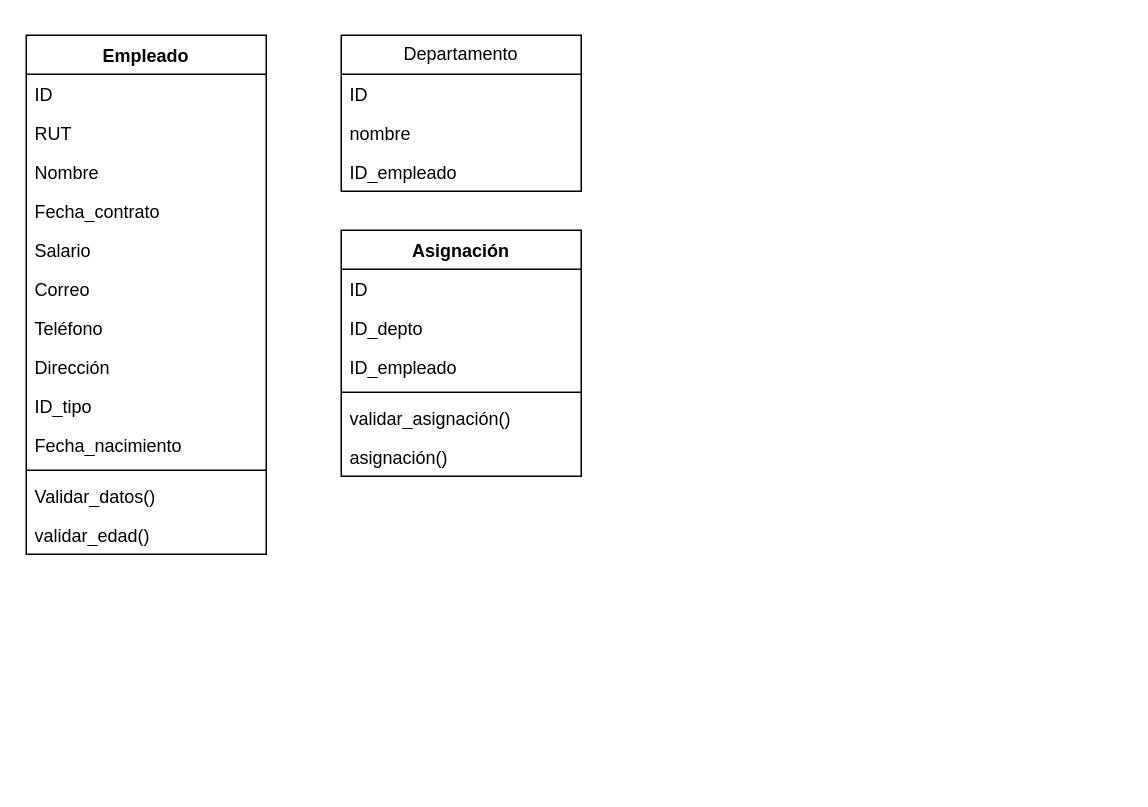
This is ev1adad.drawio from Wiccaos/Ev2, a draw.io file, before an edit. Source tidied: cells renumbered, new cells numbered last; positions are measured from the earlier drawing's top-left corner, leaving out a move shared by most shapes. Both pictures are drawn from the tidied source at 150%, with x=0, y=0 at pixel (26, 34).
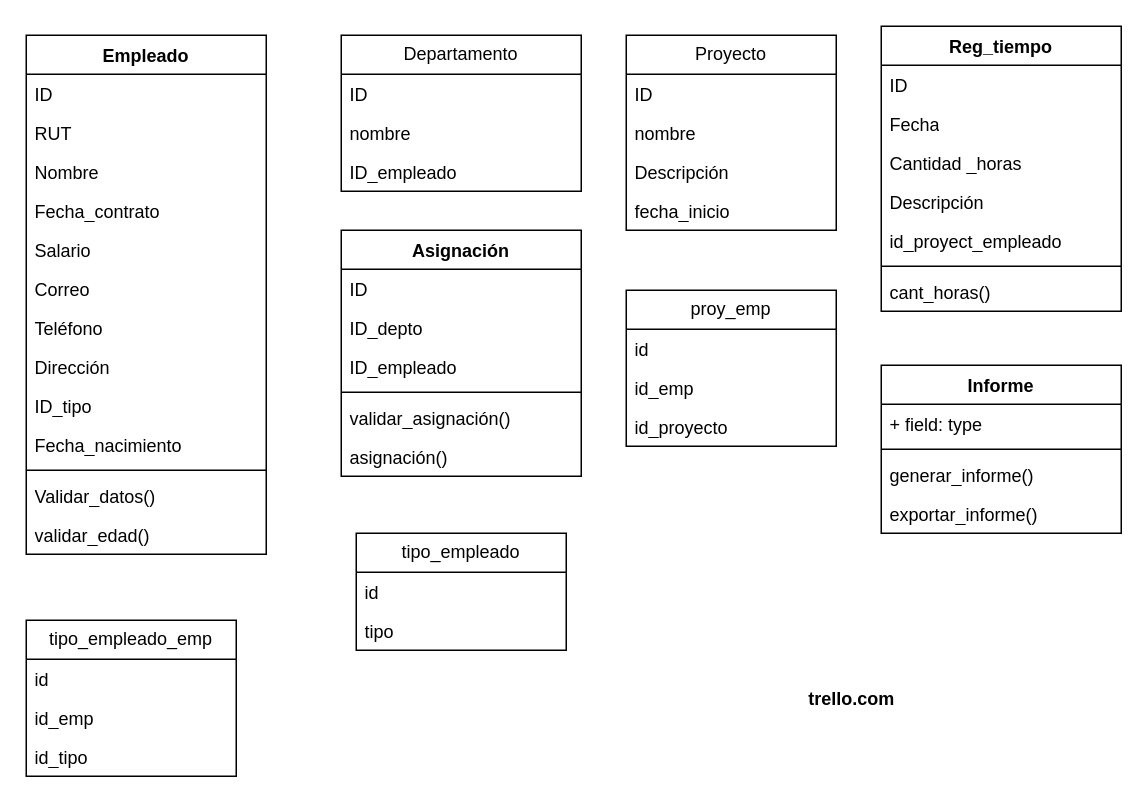
After the change.

What changed in the source:
```diff
@@
+    <mxCell id="27" value="Reg_tiempo" style="swimlane;fontStyle=1;align=center;verticalAlign=top;horizontal=1;startSize=26;whiteSpace=wrap;html=1;" parent="1" vertex="1">
+      <mxGeometry x="570" y="-6" width="160" height="190" as="geometry" />
+    </mxCell>
+    <mxCell id="28" value="ID" style="text;strokeColor=none;fillColor=none;align=left;verticalAlign=top;spacingLeft=4;spacingRight=4;overflow=hidden;whiteSpace=wrap;html=1;" parent="27" vertex="1">
+      <mxGeometry y="26" width="160" height="26" as="geometry" />
+    </mxCell>
+    <mxCell id="29" value="Fecha" style="text;strokeColor=none;fillColor=none;align=left;verticalAlign=top;spacingLeft=4;spacingRight=4;overflow=hidden;whiteSpace=wrap;html=1;" parent="27" vertex="1">
+      <mxGeometry y="52" width="160" height="26" as="geometry" />
+    </mxCell>
+    <mxCell id="30" value="Cantidad _horas" style="text;strokeColor=none;fillColor=none;align=left;verticalAlign=top;spacingLeft=4;spacingRight=4;overflow=hidden;whiteSpace=wrap;html=1;" parent="27" vertex="1">
+      <mxGeometry y="78" width="160" height="26" as="geometry" />
+    </mxCell>
+    <mxCell id="31" value="Descripción" style="text;strokeColor=none;fillColor=none;align=left;verticalAlign=top;spacingLeft=4;spacingRight=4;overflow=hidden;whiteSpace=wrap;html=1;" parent="27" vertex="1">
+      <mxGeometry y="104" width="160" height="26" as="geometry" />
+    </mxCell>
+    <mxCell id="32" value="id_proyect_empleado" style="text;strokeColor=none;fillColor=none;align=left;verticalAlign=top;spacingLeft=4;spacingRight=4;overflow=hidden;whiteSpace=wrap;html=1;" parent="27" vertex="1">
+      <mxGeometry y="130" width="160" height="26" as="geometry" />
+    </mxCell>
+    <mxCell id="33" style="line;strokeWidth=1;fillColor=none;align=left;verticalAlign=middle;spacingTop=-1;spacingLeft=3;spacingRight=3;labelPosition=right;strokeColor=inherit;" parent="27" vertex="1">
+      <mxGeometry y="156" width="160" height="8" as="geometry" />
+    </mxCell>
+    <mxCell id="34" value="cant_horas()" style="text;strokeColor=none;fillColor=none;align=left;verticalAlign=top;spacingLeft=4;spacingRight=4;overflow=hidden;whiteSpace=wrap;html=1;" parent="27" vertex="1">
+      <mxGeometry y="164" width="160" height="26" as="geometry" />
+    </mxCell>
+    <mxCell id="35" value="Proyecto" style="swimlane;fontStyle=0;horizontal=1;startSize=26;fillColor=none;whiteSpace=wrap;html=1;" parent="1" vertex="1">
+      <mxGeometry x="400" width="140" height="130" as="geometry" />
+    </mxCell>
+    <mxCell id="36" value="ID" style="text;strokeColor=none;fillColor=none;align=left;verticalAlign=top;spacingLeft=4;spacingRight=4;overflow=hidden;whiteSpace=wrap;html=1;" parent="35" vertex="1">
+      <mxGeometry y="26" width="140" height="26" as="geometry" />
+    </mxCell>
+    <mxCell id="37" value="nombre" style="text;strokeColor=none;fillColor=none;align=left;verticalAlign=top;spacingLeft=4;spacingRight=4;overflow=hidden;whiteSpace=wrap;html=1;" parent="35" vertex="1">
+      <mxGeometry y="52" width="140" height="26" as="geometry" />
+    </mxCell>
+    <mxCell id="38" value="Descripción" style="text;strokeColor=none;fillColor=none;align=left;verticalAlign=top;spacingLeft=4;spacingRight=4;overflow=hidden;whiteSpace=wrap;html=1;" parent="35" vertex="1">
+      <mxGeometry y="78" width="140" height="26" as="geometry" />
+    </mxCell>
+    <mxCell id="39" value="fecha_inicio" style="text;strokeColor=none;fillColor=none;align=left;verticalAlign=top;spacingLeft=4;spacingRight=4;overflow=hidden;whiteSpace=wrap;html=1;" parent="35" vertex="1">
+      <mxGeometry y="104" width="140" height="26" as="geometry" />
+    </mxCell>
+    <mxCell id="40" value="tipo_empleado_emp" style="swimlane;fontStyle=0;horizontal=1;startSize=26;fillColor=none;whiteSpace=wrap;html=1;" parent="1" vertex="1">
+      <mxGeometry y="390" width="140" height="104" as="geometry" />
+    </mxCell>
+    <mxCell id="41" value="id" style="text;strokeColor=none;fillColor=none;align=left;verticalAlign=top;spacingLeft=4;spacingRight=4;overflow=hidden;whiteSpace=wrap;html=1;" parent="40" vertex="1">
+      <mxGeometry y="26" width="140" height="26" as="geometry" />
+    </mxCell>
+    <mxCell id="42" value="id_emp" style="text;strokeColor=none;fillColor=none;align=left;verticalAlign=top;spacingLeft=4;spacingRight=4;overflow=hidden;whiteSpace=wrap;html=1;" parent="40" vertex="1">
+      <mxGeometry y="52" width="140" height="26" as="geometry" />
+    </mxCell>
+    <mxCell id="43" value="id_tipo" style="text;strokeColor=none;fillColor=none;align=left;verticalAlign=top;spacingLeft=4;spacingRight=4;overflow=hidden;whiteSpace=wrap;html=1;" parent="40" vertex="1">
+      <mxGeometry y="78" width="140" height="26" as="geometry" />
+    </mxCell>
+    <mxCell id="44" value="tipo_empleado" style="swimlane;fontStyle=0;horizontal=1;startSize=26;fillColor=none;whiteSpace=wrap;html=1;" parent="1" vertex="1">
+      <mxGeometry x="220" y="332" width="140" height="78" as="geometry" />
+    </mxCell>
+    <mxCell id="45" value="id" style="text;strokeColor=none;fillColor=none;align=left;verticalAlign=top;spacingLeft=4;spacingRight=4;overflow=hidden;whiteSpace=wrap;html=1;" parent="44" vertex="1">
+      <mxGeometry y="26" width="140" height="26" as="geometry" />
+    </mxCell>
+    <mxCell id="46" value="tipo" style="text;strokeColor=none;fillColor=none;align=left;verticalAlign=top;spacingLeft=4;spacingRight=4;overflow=hidden;whiteSpace=wrap;html=1;" parent="44" vertex="1">
+      <mxGeometry y="52" width="140" height="26" as="geometry" />
+    </mxCell>
+    <mxCell id="47" value="proy_emp" style="swimlane;fontStyle=0;horizontal=1;startSize=26;fillColor=none;whiteSpace=wrap;html=1;" parent="1" vertex="1">
+      <mxGeometry x="400" y="170" width="140" height="104" as="geometry" />
+    </mxCell>
+    <mxCell id="48" value="id" style="text;strokeColor=none;fillColor=none;align=left;verticalAlign=top;spacingLeft=4;spacingRight=4;overflow=hidden;whiteSpace=wrap;html=1;" parent="47" vertex="1">
+      <mxGeometry y="26" width="140" height="26" as="geometry" />
+    </mxCell>
+    <mxCell id="49" value="id_emp" style="text;strokeColor=none;fillColor=none;align=left;verticalAlign=top;spacingLeft=4;spacingRight=4;overflow=hidden;whiteSpace=wrap;html=1;" parent="47" vertex="1">
+      <mxGeometry y="52" width="140" height="26" as="geometry" />
+    </mxCell>
+    <mxCell id="50" value="id_proyecto" style="text;strokeColor=none;fillColor=none;align=left;verticalAlign=top;spacingLeft=4;spacingRight=4;overflow=hidden;whiteSpace=wrap;html=1;" parent="47" vertex="1">
+      <mxGeometry y="78" width="140" height="26" as="geometry" />
+    </mxCell>
+    <mxCell id="51" value="Informe" style="swimlane;fontStyle=1;align=center;verticalAlign=top;horizontal=1;startSize=26;whiteSpace=wrap;html=1;" parent="1" vertex="1">
+      <mxGeometry x="570" y="220" width="160" height="112" as="geometry" />
+    </mxCell>
+    <mxCell id="52" value="+ field: type" style="text;strokeColor=none;fillColor=none;align=left;verticalAlign=top;spacingLeft=4;spacingRight=4;overflow=hidden;whiteSpace=wrap;html=1;" parent="51" vertex="1">
+      <mxGeometry y="26" width="160" height="26" as="geometry" />
+    </mxCell>
+    <mxCell id="53" style="line;strokeWidth=1;fillColor=none;align=left;verticalAlign=middle;spacingTop=-1;spacingLeft=3;spacingRight=3;labelPosition=right;strokeColor=inherit;" parent="51" vertex="1">
+      <mxGeometry y="52" width="160" height="8" as="geometry" />
+    </mxCell>
+    <mxCell id="54" value="generar_informe()" style="text;strokeColor=none;fillColor=none;align=left;verticalAlign=top;spacingLeft=4;spacingRight=4;overflow=hidden;whiteSpace=wrap;html=1;" parent="51" vertex="1">
+      <mxGeometry y="60" width="160" height="26" as="geometry" />
+    </mxCell>
+    <mxCell id="55" value="exportar_informe()" style="text;strokeColor=none;fillColor=none;align=left;verticalAlign=top;spacingLeft=4;spacingRight=4;overflow=hidden;whiteSpace=wrap;html=1;" parent="51" vertex="1">
+      <mxGeometry y="86" width="160" height="26" as="geometry" />
+    </mxCell>
+    <mxCell id="56" value="trello.com" style="text;align=center;fontStyle=1;verticalAlign=middle;spacingLeft=3;spacingRight=3;strokeColor=none;html=1;" parent="1" vertex="1">
+      <mxGeometry x="510" y="430" width="80" height="26" as="geometry" />
+    </mxCell>
```
